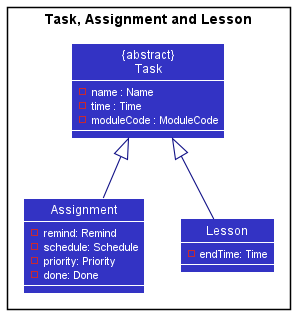
The PlantUML diagram docs/images/TaskClassDiagram.png in nus-cs2103-AY2021S1/tp, before a commit.
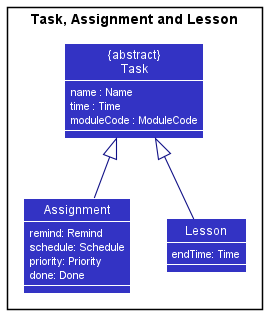
The same diagram one commit later.

Commit message:
- Fix bugs in AddCommand - Edited UG, DG and TaskClassDiagram - Modify test cases

What changed in the source:
```diff
@@ -8,20 +8,20 @@
 
 package "Task, Assignment and Lesson" {
 Class "{abstract}\nTask" as Task {
-    - name : Name
-    - time : Time
-    - moduleCode : ModuleCode
+    name : Name
+    time : Time
+    moduleCode : ModuleCode
 }
 
 Class "Assignment" as Assignment {
-    - remind: Remind
-    - schedule: Schedule
-    - priority: Priority
-    - done: Done
+    remind: Remind
+    schedule: Schedule
+    priority: Priority
+    done: Done
 }
 
 Class "Lesson" as Lesson {
-    - endTime: Time
+    endTime: Time
 }
 
 Assignment -up-|> Task
```
